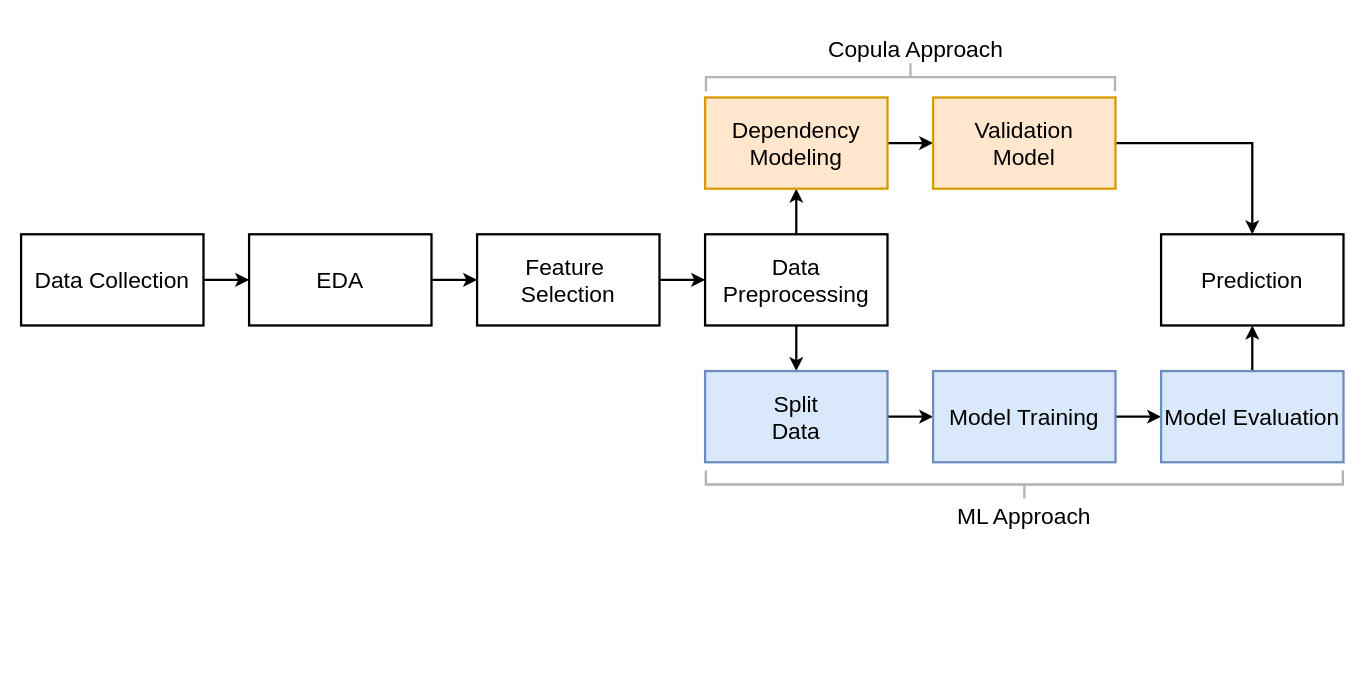
This is coopulas_flow.drawio from heberallin/copulas, a draw.io file, before an edit. Source tidied: cells renumbered, new cells numbered last; positions are measured from the earlier drawing's top-left corner, leaving out a move shared by most shapes. Both pictures are drawn from the tidied source at 114%, with x=0, y=0 at pixel (21, -128).
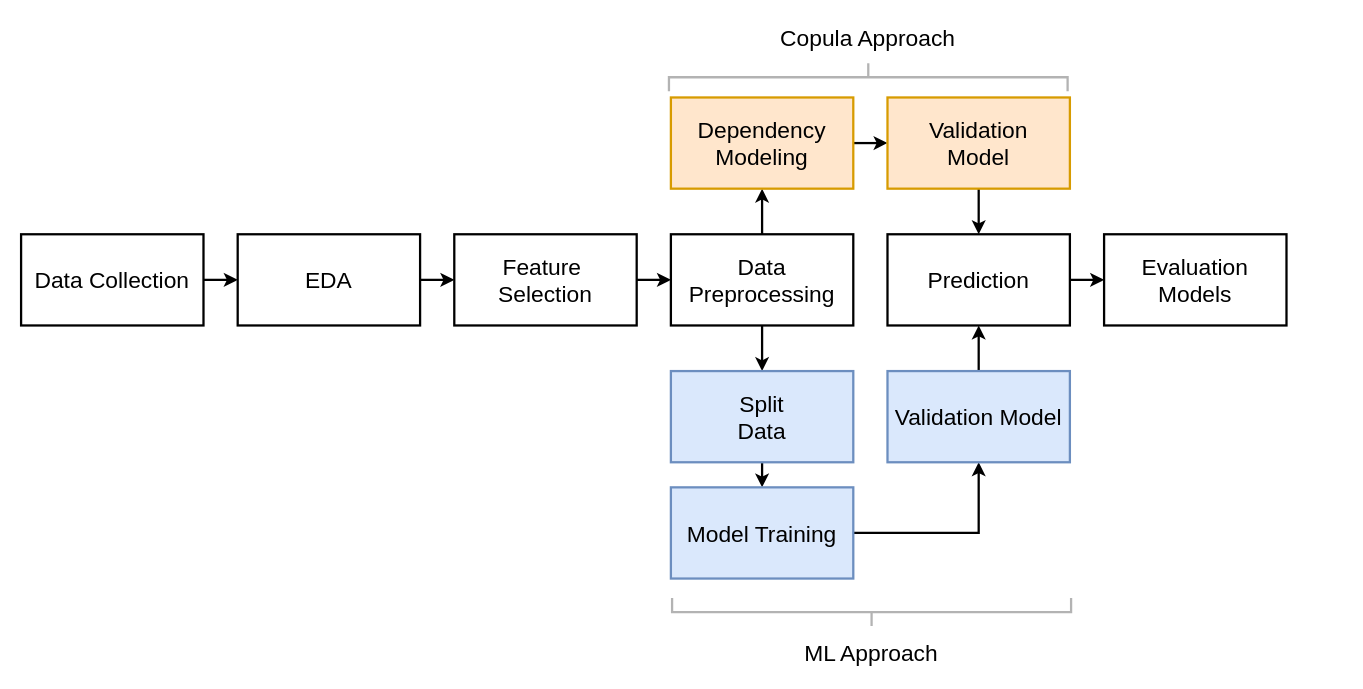
After the change.

Change to the diagram source:
```diff
@@
     <mxCell id="5" value="&lt;span style=&quot;font-size: 20px;&quot;&gt;EDA&lt;/span&gt;" style="rounded=0;whiteSpace=wrap;html=1;fontSize=20;strokeWidth=2;" parent="1" vertex="1">
-      <mxGeometry x="200" y="317" width="160" height="80" as="geometry" />
+      <mxGeometry x="190" y="317" width="160" height="80" as="geometry" />
     </mxCell>
@@
     <mxCell id="7" value="&lt;span style=&quot;font-size: 20px;&quot;&gt;Feature&amp;nbsp;&lt;/span&gt;&lt;div style=&quot;font-size: 20px;&quot;&gt;Selection&lt;/div&gt;" style="rounded=0;whiteSpace=wrap;html=1;fontSize=20;strokeWidth=2;" parent="1" vertex="1">
-      <mxGeometry x="400" y="317" width="160" height="80" as="geometry" />
+      <mxGeometry x="380" y="317" width="160" height="80" as="geometry" />
     </mxCell>
@@
     <mxCell id="10" value="&lt;span style=&quot;font-size: 20px;&quot;&gt;Data Preprocessing&lt;/span&gt;" style="rounded=0;whiteSpace=wrap;html=1;fontSize=20;strokeWidth=2;" parent="1" vertex="1">
-      <mxGeometry x="600" y="317" width="160" height="80" as="geometry" />
+      <mxGeometry x="570" y="317" width="160" height="80" as="geometry" />
     </mxCell>
-    <mxCell id="11" style="edgeStyle=orthogonalEdgeStyle;rounded=0;jettySize=auto;html=1;exitX=1;exitY=0.5;exitDx=0;exitDy=0;entryX=0;entryY=0.5;entryDx=0;entryDy=0;fontSize=20;strokeWidth=2;" parent="1" edge="1" source="12" target="19">
+    <mxCell id="11" style="edgeStyle=orthogonalEdgeStyle;rounded=0;jettySize=auto;html=1;exitX=0.5;exitY=1;exitDx=0;exitDy=0;entryX=0.5;entryY=0;entryDx=0;entryDy=0;strokeWidth=2;" parent="1" edge="1" source="12" target="19">
       <mxGeometry relative="1" as="geometry" />
     </mxCell>
     <mxCell id="12" value="&lt;span style=&quot;font-size: 20px;&quot;&gt;Split&lt;/span&gt;&lt;div style=&quot;font-size: 20px;&quot;&gt;Data&lt;/div&gt;" style="rounded=0;whiteSpace=wrap;html=1;fontSize=20;strokeWidth=2;fillColor=#dae8fc;strokeColor=#6c8ebf;" parent="1" vertex="1">
-      <mxGeometry x="600" y="437" width="160" height="80" as="geometry" />
+      <mxGeometry x="570" y="437" width="160" height="80" as="geometry" />
     </mxCell>
@@
     <mxCell id="14" value="&lt;span style=&quot;font-size: 20px;&quot;&gt;Dependency&lt;/span&gt;&lt;div style=&quot;font-size: 20px;&quot;&gt;Modeling&lt;/div&gt;" style="rounded=0;whiteSpace=wrap;html=1;fontSize=20;strokeWidth=2;fillColor=#ffe6cc;strokeColor=#d79b00;" parent="1" vertex="1">
-      <mxGeometry x="600" y="197" width="160" height="80" as="geometry" />
+      <mxGeometry x="570" y="197" width="160" height="80" as="geometry" />
     </mxCell>
-    <mxCell id="15" style="edgeStyle=orthogonalEdgeStyle;rounded=0;jettySize=auto;html=1;exitX=1;exitY=0.5;exitDx=0;exitDy=0;entryX=0.5;entryY=0;entryDx=0;entryDy=0;fontSize=20;strokeWidth=2;" parent="1" edge="1" source="16" target="17">
+    <mxCell id="15" style="edgeStyle=orthogonalEdgeStyle;rounded=0;jettySize=auto;html=1;exitX=0.5;exitY=1;exitDx=0;exitDy=0;entryX=0.5;entryY=0;entryDx=0;entryDy=0;strokeWidth=2;" parent="1" edge="1" source="16" target="17">
       <mxGeometry relative="1" as="geometry" />
     </mxCell>
     <mxCell id="16" value="&lt;span style=&quot;font-size: 20px;&quot;&gt;Validation&lt;/span&gt;&lt;div style=&quot;font-size: 20px;&quot;&gt;Model&lt;/div&gt;" style="rounded=0;whiteSpace=wrap;html=1;fontSize=20;strokeWidth=2;fillColor=#ffe6cc;strokeColor=#d79b00;" parent="1" vertex="1">
-      <mxGeometry x="800" y="197" width="160" height="80" as="geometry" />
+      <mxGeometry x="760" y="197" width="160" height="80" as="geometry" />
     </mxCell>
+    <mxCell id="26" style="edgeStyle=orthogonalEdgeStyle;rounded=0;jettySize=auto;html=1;exitX=1;exitY=0.5;exitDx=0;exitDy=0;entryX=0;entryY=0.5;entryDx=0;entryDy=0;strokeWidth=2;" parent="1" edge="1" source="17" target="27">
+      <mxGeometry relative="1" as="geometry" />
+    </mxCell>
     <mxCell id="17" value="&lt;span style=&quot;font-size: 20px;&quot;&gt;Prediction&lt;/span&gt;" style="rounded=0;whiteSpace=wrap;html=1;fontSize=20;strokeWidth=2;" parent="1" vertex="1">
-      <mxGeometry x="1000" y="317" width="160" height="80" as="geometry" />
+      <mxGeometry x="760" y="317" width="160" height="80" as="geometry" />
     </mxCell>
-    <mxCell id="18" style="edgeStyle=orthogonalEdgeStyle;rounded=0;jettySize=auto;html=1;exitX=1;exitY=0.5;exitDx=0;exitDy=0;entryX=0;entryY=0.5;entryDx=0;entryDy=0;fontSize=20;strokeWidth=2;" parent="1" edge="1" source="19" target="21">
+    <mxCell id="18" style="edgeStyle=orthogonalEdgeStyle;rounded=0;jettySize=auto;html=1;exitX=1;exitY=0.5;exitDx=0;exitDy=0;entryX=0.5;entryY=1;entryDx=0;entryDy=0;strokeWidth=2;" parent="1" edge="1" source="19" target="21">
       <mxGeometry relative="1" as="geometry" />
     </mxCell>
     <mxCell id="19" value="&lt;span style=&quot;font-size: 20px;&quot;&gt;Model Training&lt;/span&gt;" style="rounded=0;whiteSpace=wrap;html=1;fontSize=20;strokeWidth=2;fillColor=#dae8fc;strokeColor=#6c8ebf;" parent="1" vertex="1">
-      <mxGeometry x="800" y="437" width="160" height="80" as="geometry" />
+      <mxGeometry x="570" y="539" width="160" height="80" as="geometry" />
     </mxCell>
@@
-    <mxCell id="21" value="&lt;span style=&quot;font-size: 20px;&quot;&gt;Model Evaluation&lt;/span&gt;" style="rounded=0;whiteSpace=wrap;html=1;fontSize=20;strokeWidth=2;fillColor=#dae8fc;strokeColor=#6c8ebf;" parent="1" vertex="1">
-      <mxGeometry x="1000" y="437" width="160" height="80" as="geometry" />
+    <mxCell id="21" value="&lt;span style=&quot;font-size: 20px;&quot;&gt;Validation Model&lt;/span&gt;" style="rounded=0;whiteSpace=wrap;html=1;fontSize=20;strokeWidth=2;fillColor=#dae8fc;strokeColor=#6c8ebf;" parent="1" vertex="1">
+      <mxGeometry x="760" y="437" width="160" height="80" as="geometry" />
     </mxCell>
     <mxCell id="22" value="&lt;font style=&quot;font-size: 20px;&quot;&gt;Copula Approach&lt;/font&gt;" style="text;html=1;align=center;verticalAlign=middle;whiteSpace=wrap;rounded=0;" parent="1" vertex="1">
-      <mxGeometry x="690" y="139" width="190" height="30" as="geometry" />
+      <mxGeometry x="648.2" y="129" width="190" height="30" as="geometry" />
     </mxCell>
     <mxCell id="23" value="&lt;font style=&quot;font-size: 20px;&quot;&gt;ML Approach&lt;/font&gt;" style="text;html=1;align=center;verticalAlign=middle;whiteSpace=wrap;rounded=0;" parent="1" vertex="1">
-      <mxGeometry x="785" y="549" width="190" height="30" as="geometry" />
+      <mxGeometry x="651" y="669" width="190" height="30" as="geometry" />
     </mxCell>
     <mxCell id="24" style="strokeWidth=2;html=1;shape=mxgraph.flowchart.annotation_2;align=left;labelPosition=right;rotation=-90;strokeColor=#B3B3B3;" parent="1" vertex="1">
-      <mxGeometry x="867.8" y="257.1" width="24.5" height="558.8" as="geometry" />
+      <mxGeometry x="733.8" y="473.4" width="24.5" height="350" as="geometry" />
     </mxCell>
     <mxCell id="25" style="strokeWidth=2;html=1;shape=mxgraph.flowchart.annotation_2;align=left;labelPosition=right;rotation=90;fontColor=#000000;strokeColor=#B3B3B3;" parent="1" vertex="1">
-      <mxGeometry x="767.9" y="-0.2" width="24.5" height="358.8" as="geometry" />
+      <mxGeometry x="730.9" y="4.4" width="24.5" height="349.7" as="geometry" />
     </mxCell>
+    <mxCell id="27" value="&lt;span style=&quot;font-size: 20px;&quot;&gt;Evaluation Models&lt;/span&gt;" style="rounded=0;whiteSpace=wrap;html=1;fontSize=20;strokeWidth=2;" parent="1" vertex="1">
+      <mxGeometry x="950" y="317" width="160" height="80" as="geometry" />
+    </mxCell>
```
